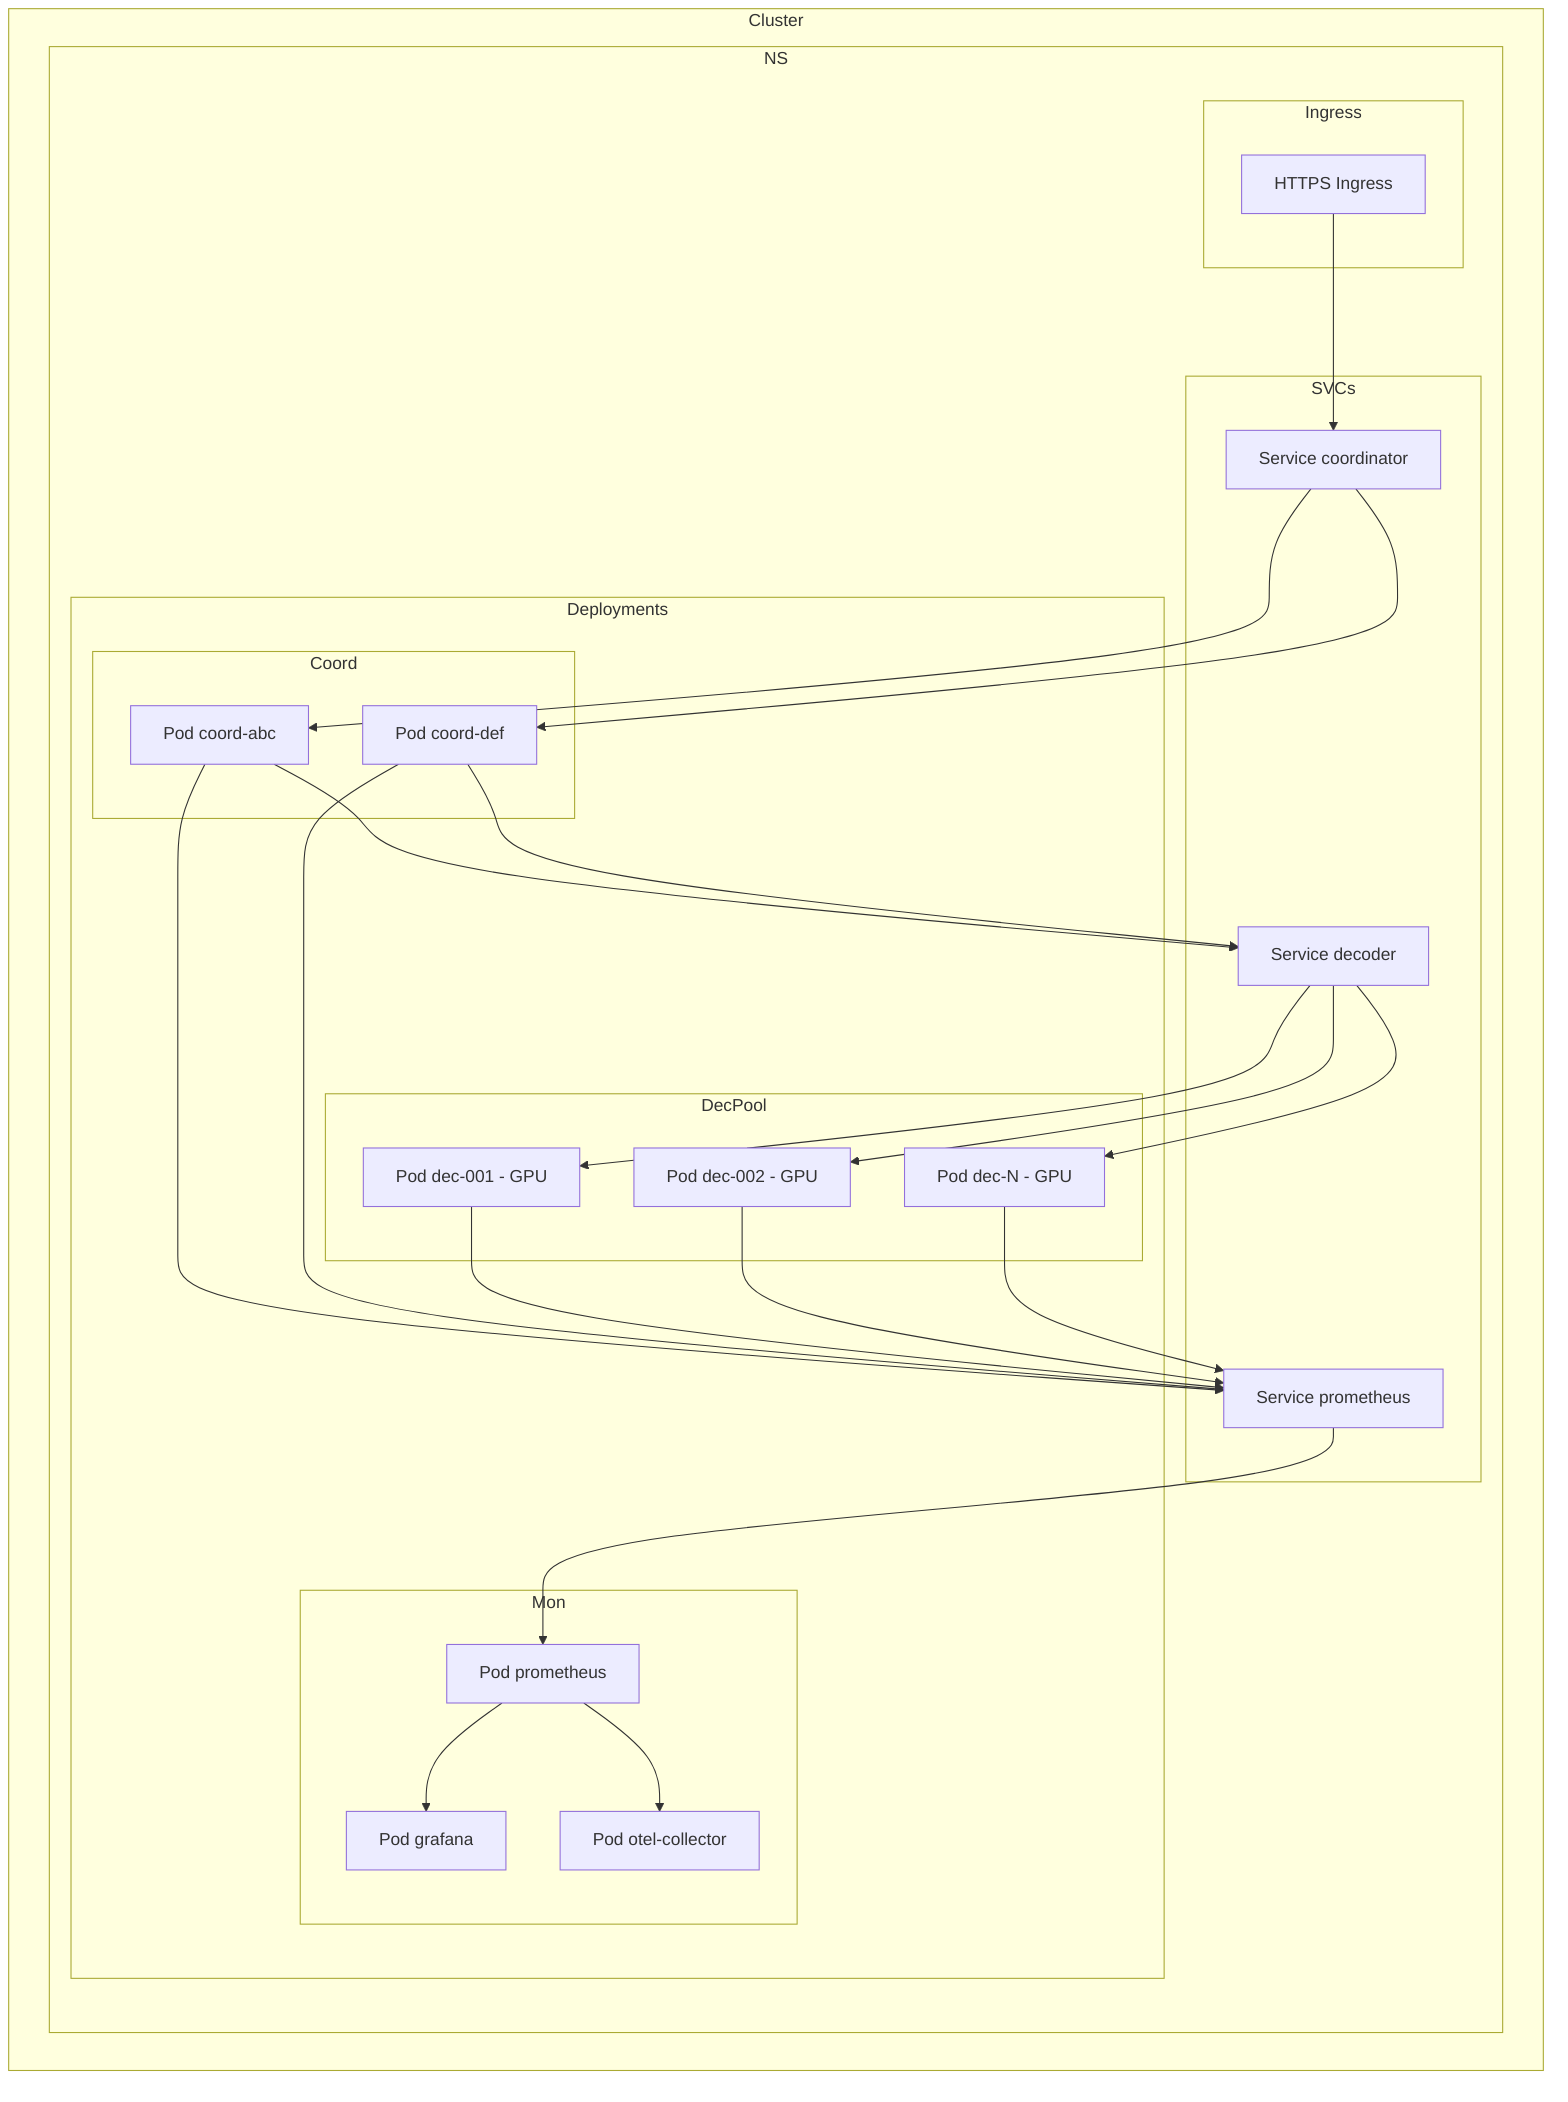
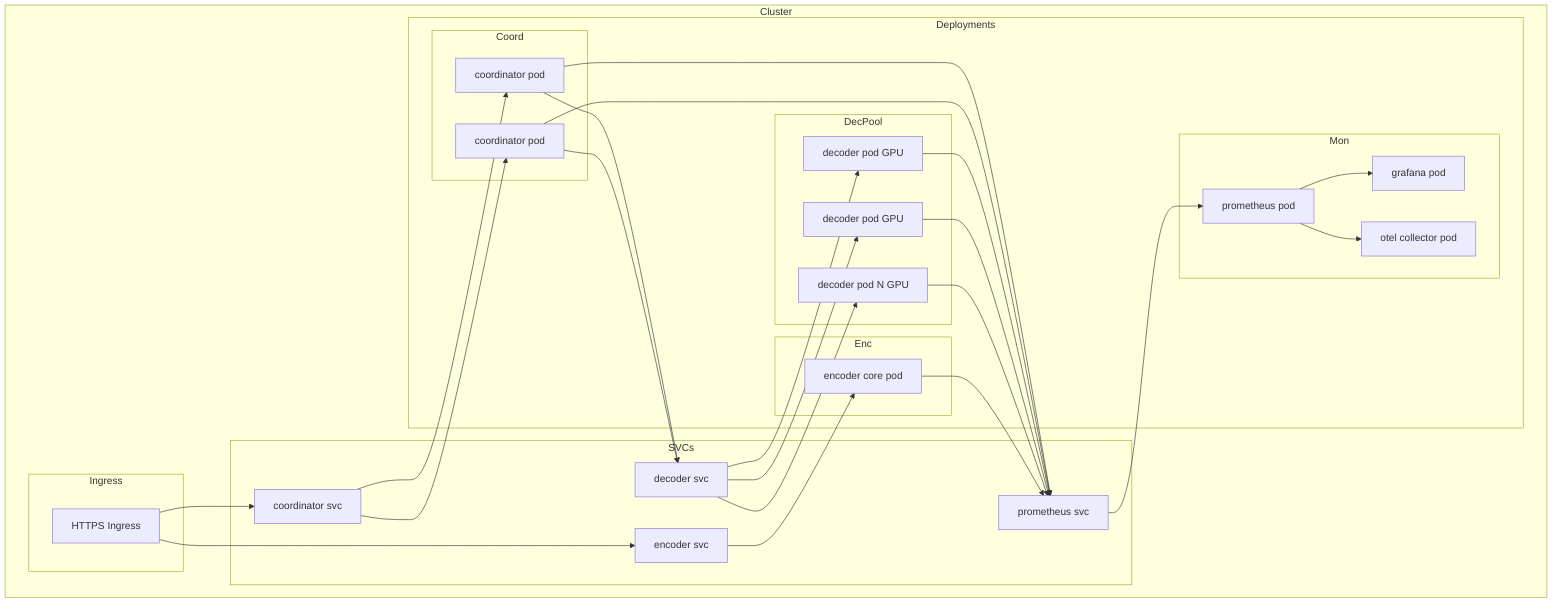
- flowchart TB
+ graph TB
    subgraph Cluster
-         subgraph NS
-             subgraph Ingress
-                 IG[HTTPS Ingress]
+         subgraph Ingress
+             IG[HTTPS Ingress]
+         end
+ 
+         subgraph SVCs
+             SCoord[coordinator svc]
+             SDec[decoder svc]
+             SEnc[encoder svc]
+             SMon[prometheus svc]
+         end
+ 
+         subgraph Deployments
+             subgraph Coord
+                 C1[coordinator pod]
+                 C2[coordinator pod]
            end
- 
-             subgraph SVCs
-                 SCoord[Service coordinator]
-                 SDec[Service decoder]
-                 SMon[Service prometheus]
+             subgraph DecPool
+                 D1[decoder pod GPU]
+                 D2[decoder pod GPU]
+                 DN[decoder pod N GPU]
            end
- 
-             subgraph Deployments
-                 subgraph Coord
-                     CPod1[Pod coord-abc]
-                     CPod2[Pod coord-def]
-                 end
-                 subgraph DecPool
-                     DPod1[Pod dec-001 - GPU]
-                     DPod2[Pod dec-002 - GPU]
-                     DPodN[Pod dec-N - GPU]
-                 end
-                 subgraph Mon
-                     PPod[Pod prometheus]
-                     GPod[Pod grafana]
-                     OTel[Pod otel-collector]
-                 end
+             subgraph Enc
+                 EC[encoder core pod]
+             end
+             subgraph Mon
+                 PR[prometheus pod]
+                 GR[grafana pod]
+                 OC[otel collector pod]
            end
        end
    end

    IG --> SCoord
-     SCoord --> CPod1
-     SCoord --> CPod2
+     IG --> SEnc
+     SCoord --> C1
+     SCoord --> C2

-     CPod1 --> SDec
-     CPod2 --> SDec
+     C1 --> SDec
+     C2 --> SDec

-     SDec --> DPod1
-     SDec --> DPod2
-     SDec --> DPodN
+     SDec --> D1
+     SDec --> D2
+     SDec --> DN

-     CPod1 --> SMon
-     CPod2 --> SMon
-     DPod1 --> SMon
-     DPod2 --> SMon
-     DPodN --> SMon
+     SEnc --> EC

-     SMon --> PPod
-     PPod --> GPod
-     PPod --> OTel+     C1 --> SMon
+     C2 --> SMon
+     D1 --> SMon
+     D2 --> SMon
+     DN --> SMon
+     EC --> SMon
+ 
+     SMon --> PR
+     PR --> GR
+     PR --> OC
